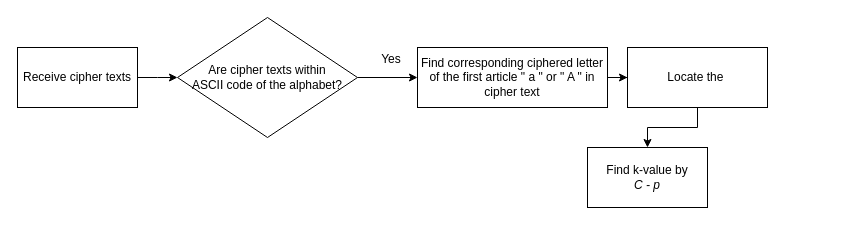
Earlier version of the draw.io diagram 未命名绘图.drawio (Sheathh/my_HLC). Source tidied: cells renumbered, new cells numbered last; positions are measured from the earlier drawing's top-left corner, leaving out a move shared by most shapes. Both pictures are drawn from the tidied source at 100%, with x=0, y=0 at pixel (17, 17).
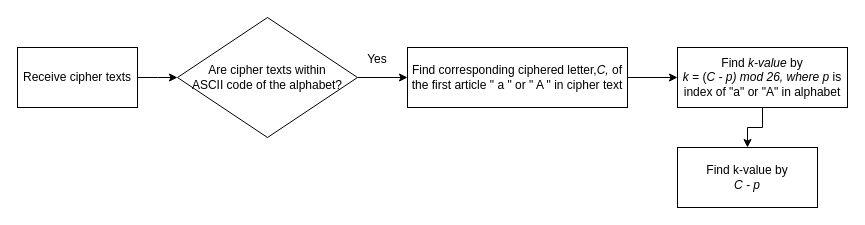
Above is the later version.

Commit message (it also covers changes not shown here):
更新未命名绘图.drawio

Change to the diagram source:
```diff
@@
 <mxGraphModel>
   <root>
     <mxCell id="0" />
     <mxCell id="1" parent="0" />
     <mxCell id="2" style="edgeStyle=orthogonalEdgeStyle;rounded=0;jettySize=auto;html=1;" parent="1" edge="1" source="3" target="5">
       <mxGeometry relative="1" as="geometry" />
     </mxCell>
-    <mxCell id="3" value="Find corresponding&amp;nbsp;ciphered letter of the first article &quot; a &quot; or &quot; A &quot; in cipher text" style="rounded=0;whiteSpace=wrap;html=1;" parent="1" vertex="1">
-      <mxGeometry x="400" y="30" width="190" height="60" as="geometry" />
+    <mxCell id="3" value="Find corresponding&amp;nbsp;ciphered letter,&lt;i&gt;C,&amp;nbsp;&lt;/i&gt;of the first article &quot; a &quot; or &quot; A &quot; in cipher text" style="rounded=0;whiteSpace=wrap;html=1;" parent="1" vertex="1">
+      <mxGeometry x="390" y="30" width="220" height="60" as="geometry" />
     </mxCell>
     <mxCell id="4" style="edgeStyle=orthogonalEdgeStyle;rounded=0;jettySize=auto;html=1;" parent="1" edge="1" source="5" target="11">
       <mxGeometry relative="1" as="geometry" />
     </mxCell>
-    <mxCell id="5" value="Locate the&amp;nbsp;" style="rounded=0;whiteSpace=wrap;html=1;" parent="1" vertex="1">
-      <mxGeometry x="610" y="30" width="140" height="60" as="geometry" />
+    <mxCell id="5" value="Find &lt;i&gt;k-value&amp;nbsp;&lt;/i&gt;by &lt;br&gt;&lt;i&gt;k =&amp;nbsp;&lt;/i&gt;(&lt;i style=&quot;border-color: var(--border-color);&quot;&gt;C - p) mod 26, where p &lt;/i&gt;&lt;span style=&quot;border-color: var(--border-color);&quot;&gt;is index of &quot;a&quot; or &quot;A&quot; in&amp;nbsp;&lt;/span&gt;alphabet" style="rounded=0;whiteSpace=wrap;html=1;" parent="1" vertex="1">
+      <mxGeometry x="660" y="30" width="170" height="60" as="geometry" />
     </mxCell>
     <mxCell id="6" style="edgeStyle=orthogonalEdgeStyle;rounded=0;jettySize=auto;html=1;" parent="1" edge="1" source="7">
       <mxGeometry relative="1" as="geometry">
         <mxPoint x="160" y="60" as="targetPoint" />
       </mxGeometry>
     </mxCell>
     <mxCell id="7" value="Receive cipher texts" style="rounded=0;whiteSpace=wrap;html=1;" parent="1" vertex="1">
       <mxGeometry y="30" width="120" height="60" as="geometry" />
     </mxCell>
     <mxCell id="8" style="edgeStyle=orthogonalEdgeStyle;rounded=0;jettySize=auto;html=1;" parent="1" edge="1" source="9" target="3">
       <mxGeometry relative="1" as="geometry" />
     </mxCell>
     <mxCell id="9" value="Are cipher texts within &lt;br&gt;ASCII code of the alphabet?" style="rhombus;whiteSpace=wrap;html=1;" parent="1" vertex="1">
       <mxGeometry x="160" width="180" height="120" as="geometry" />
     </mxCell>
     <mxCell id="10" value="Yes" style="rounded=0;whiteSpace=wrap;html=1;opacity=0;" parent="1" vertex="1">
-      <mxGeometry x="314" y="12" width="120" height="60" as="geometry" />
+      <mxGeometry x="300" y="12" width="120" height="60" as="geometry" />
     </mxCell>
     <mxCell id="11" value="Find k-value by&lt;br&gt;&lt;i&gt;C - p&lt;/i&gt;" style="rounded=0;whiteSpace=wrap;html=1;" parent="1" vertex="1">
-      <mxGeometry x="570" y="130" width="120" height="60" as="geometry" />
+      <mxGeometry x="660" y="130" width="140" height="60" as="geometry" />
     </mxCell>
   </root>
 </mxGraphModel>
```
